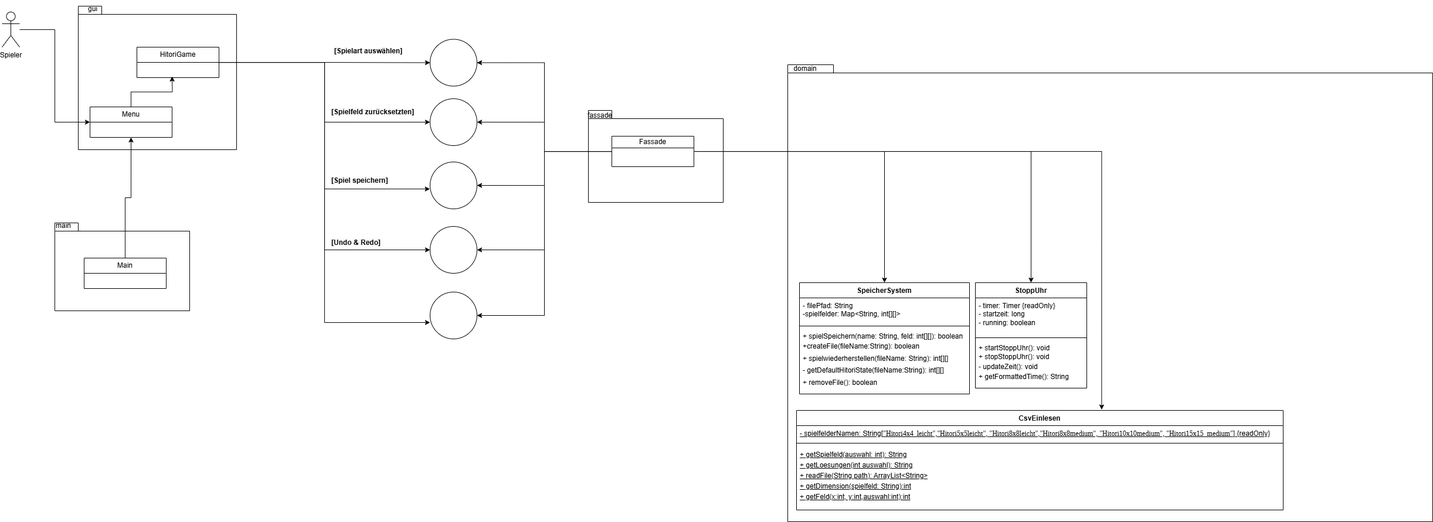
The draw.io diagram design/SystemUmldiagram.drawio.png in ObaiAlbek/MyHitori-Spiel, before a commit. Source tidied: cells renumbered, new cells last; positions are measured from the earlier drawing's top-left corner, leaving out a move shared by most shapes.
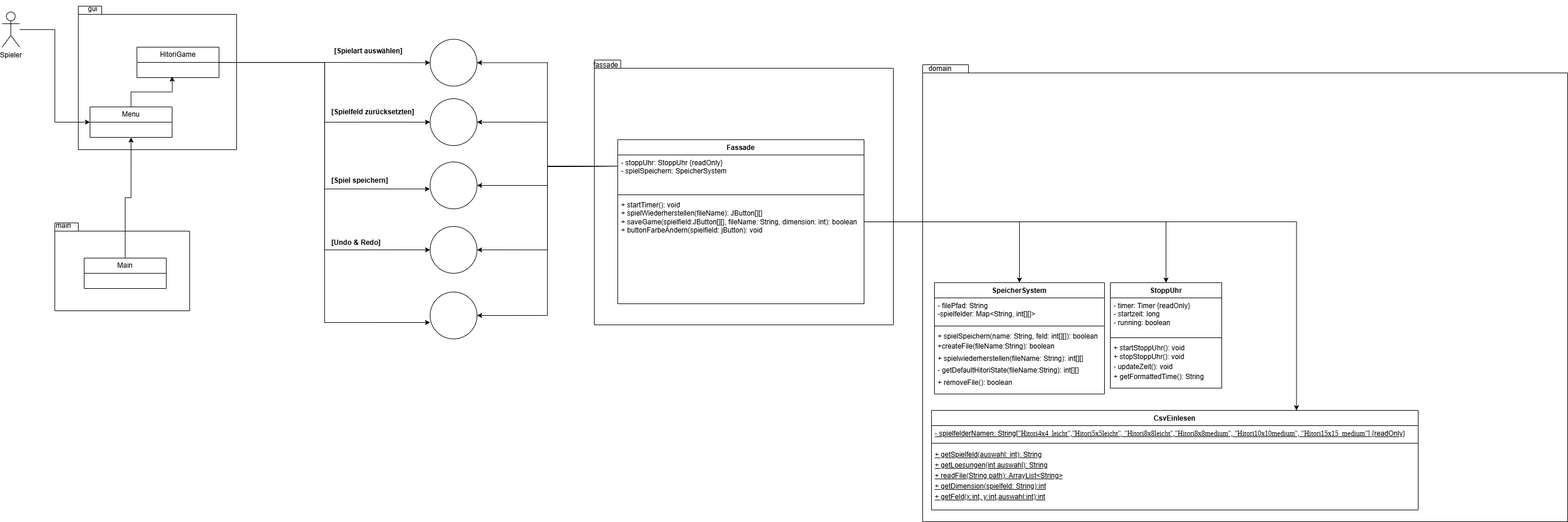
The same diagram one commit later.

The edit, as a diff of the source:
```diff
@@ -39,10 +39,10 @@
       <mxGeometry x="70" y="370" width="70" height="30" as="geometry" />
     </mxCell>
     <mxCell id="14" style="shape=folder;fontStyle=1;spacingTop=10;tabWidth=40;tabHeight=14;tabPosition=left;html=1;whiteSpace=wrap;" parent="1" vertex="1">
-      <mxGeometry x="1340" y="110" width="1100" height="780" as="geometry" />
+      <mxGeometry x="1570" y="110" width="1100" height="780" as="geometry" />
     </mxCell>
     <mxCell id="15" value="domain" style="text;html=1;align=center;verticalAlign=middle;whiteSpace=wrap;rounded=0;" parent="1" vertex="1">
-      <mxGeometry x="1340" y="102" width="60" height="30" as="geometry" />
+      <mxGeometry x="1570" y="102" width="60" height="30" as="geometry" />
     </mxCell>
     <mxCell id="16" style="ellipse;whiteSpace=wrap;html=1;" parent="1" vertex="1">
       <mxGeometry x="730" y="66.5" width="80" height="80" as="geometry" />
@@ -68,35 +68,36 @@
       <mxGeometry x="150" y="182" width="140" height="52" as="geometry" />
     </mxCell>
     <mxCell id="23" style="shape=folder;fontStyle=1;spacingTop=10;tabWidth=40;tabHeight=14;tabPosition=left;html=1;whiteSpace=wrap;" parent="1" vertex="1">
-      <mxGeometry x="1000" y="188" width="230" height="157" as="geometry" />
+      <mxGeometry x="1010" y="102" width="510" height="452" as="geometry" />
     </mxCell>
     <mxCell id="24" value="fassade" style="text;html=1;align=center;verticalAlign=middle;whiteSpace=wrap;rounded=0;" parent="1" vertex="1">
-      <mxGeometry x="990" y="182" width="60" height="30" as="geometry" />
+      <mxGeometry x="1000" y="96" width="60" height="30" as="geometry" />
     </mxCell>
-    <mxCell id="25" style="edgeStyle=orthogonalEdgeStyle;rounded=0;jettySize=auto;html=1;entryX=1;entryY=0.5;entryDx=0;entryDy=0;" parent="1" edge="1" source="32" target="16">
-      <mxGeometry relative="1" as="geometry" />
+    <mxCell id="25" style="edgeStyle=orthogonalEdgeStyle;rounded=0;jettySize=auto;html=1;entryX=1;entryY=0.5;entryDx=0;entryDy=0;" parent="1" edge="1" target="16">
+      <mxGeometry relative="1" as="geometry">
+        <mxPoint x="1050" y="283" as="sourcePoint" />
+      </mxGeometry>
     </mxCell>
-    <mxCell id="26" style="edgeStyle=orthogonalEdgeStyle;rounded=0;jettySize=auto;html=1;entryX=1;entryY=0.5;entryDx=0;entryDy=0;" parent="1" edge="1" source="32" target="17">
-      <mxGeometry relative="1" as="geometry" />
+    <mxCell id="26" style="edgeStyle=orthogonalEdgeStyle;rounded=0;jettySize=auto;html=1;entryX=1;entryY=0.5;entryDx=0;entryDy=0;" parent="1" edge="1" target="17">
+      <mxGeometry relative="1" as="geometry">
+        <mxPoint x="1050" y="283" as="sourcePoint" />
+      </mxGeometry>
     </mxCell>
-    <mxCell id="27" style="edgeStyle=orthogonalEdgeStyle;rounded=0;jettySize=auto;html=1;entryX=1;entryY=0.5;entryDx=0;entryDy=0;" parent="1" edge="1" source="32" target="18">
-      <mxGeometry relative="1" as="geometry" />
+    <mxCell id="27" style="edgeStyle=orthogonalEdgeStyle;rounded=0;jettySize=auto;html=1;entryX=1;entryY=0.5;entryDx=0;entryDy=0;" parent="1" edge="1" target="18">
+      <mxGeometry relative="1" as="geometry">
+        <mxPoint x="1050" y="283" as="sourcePoint" />
+      </mxGeometry>
     </mxCell>
-    <mxCell id="28" style="edgeStyle=orthogonalEdgeStyle;rounded=0;jettySize=auto;html=1;entryX=1;entryY=0.5;entryDx=0;entryDy=0;" parent="1" edge="1" source="32" target="19">
-      <mxGeometry relative="1" as="geometry" />
+    <mxCell id="28" style="edgeStyle=orthogonalEdgeStyle;rounded=0;jettySize=auto;html=1;entryX=1;entryY=0.5;entryDx=0;entryDy=0;" parent="1" edge="1" target="19">
+      <mxGeometry relative="1" as="geometry">
+        <mxPoint x="1050" y="283" as="sourcePoint" />
+      </mxGeometry>
     </mxCell>
-    <mxCell id="29" style="edgeStyle=orthogonalEdgeStyle;rounded=0;jettySize=auto;html=1;entryX=1;entryY=0.5;entryDx=0;entryDy=0;" parent="1" edge="1" source="32" target="20">
-      <mxGeometry relative="1" as="geometry" />
+    <mxCell id="29" style="edgeStyle=orthogonalEdgeStyle;rounded=0;jettySize=auto;html=1;entryX=1;entryY=0.5;entryDx=0;entryDy=0;" parent="1" edge="1" target="20">
+      <mxGeometry relative="1" as="geometry">
+        <mxPoint x="1050" y="283" as="sourcePoint" />
+      </mxGeometry>
     </mxCell>
-    <mxCell id="30" style="edgeStyle=orthogonalEdgeStyle;rounded=0;jettySize=auto;html=1;entryX=0.5;entryY=0;entryDx=0;entryDy=0;" parent="1" edge="1" source="32" target="43">
-      <mxGeometry relative="1" as="geometry" />
-    </mxCell>
-    <mxCell id="31" style="edgeStyle=orthogonalEdgeStyle;rounded=0;jettySize=auto;html=1;entryX=0.5;entryY=0;entryDx=0;entryDy=0;" parent="1" edge="1" source="32" target="39">
-      <mxGeometry relative="1" as="geometry" />
-    </mxCell>
-    <mxCell id="32" value="Fassade" style="swimlane;fontStyle=0;horizontal=1;startSize=20;fillColor=none;whiteSpace=wrap;html=1;" parent="1" vertex="1">
-      <mxGeometry x="1040" y="232" width="140" height="52" as="geometry" />
-    </mxCell>
     <mxCell id="33" style="edgeStyle=orthogonalEdgeStyle;rounded=0;jettySize=auto;html=1;entryX=-0.004;entryY=0.576;entryDx=0;entryDy=0;entryPerimeter=0;" parent="1" edge="1" source="10" target="18">
       <mxGeometry relative="1" as="geometry" />
     </mxCell>
@@ -104,7 +105,7 @@
       <mxGeometry relative="1" as="geometry" />
     </mxCell>
     <mxCell id="35" value="CsvEinlesen" style="swimlane;fontStyle=1;align=center;verticalAlign=top;horizontal=1;startSize=26;whiteSpace=wrap;html=1;" parent="1" vertex="1">
-      <mxGeometry x="1355" y="700" width="830" height="170" as="geometry" />
+      <mxGeometry x="1585" y="700" width="830" height="170" as="geometry" />
     </mxCell>
     <mxCell id="36" value="&lt;u&gt;- spielfelderNamen: String[&lt;font style=&quot;&quot;&gt;&lt;font style=&quot;&quot;&gt;&lt;strong style=&quot;text-wrap-mode: nowrap; background-color: initial;&quot;&gt;&lt;font style=&quot;&quot; color=&quot;#000000&quot;&gt;&lt;font style=&quot;&quot; face=&quot;Liberation Serif, serif&quot;&gt;&lt;font style=&quot;&quot;&gt;&lt;span style=&quot;font-weight: normal; line-height: 6px;&quot;&gt;&quot;Hitori4x4_leicht&quot;,&quot;&lt;/span&gt;&lt;/font&gt;&lt;/font&gt;&lt;/font&gt;&lt;/strong&gt;&lt;strong style=&quot;text-wrap-mode: nowrap; background-color: initial;&quot;&gt;&lt;font color=&quot;#000000&quot;&gt;&lt;font face=&quot;Liberation Serif, serif&quot;&gt;&lt;span style=&quot;font-weight: normal; line-height: 6px;&quot;&gt;Hitori5x5leicht&quot;, &quot;Hitori8x8leicht&quot;,&lt;/span&gt;&lt;/font&gt;&lt;/font&gt;&lt;/strong&gt;&lt;strong style=&quot;text-wrap-mode: nowrap; background-color: initial;&quot;&gt;&lt;font color=&quot;#000000&quot;&gt;&lt;font face=&quot;Liberation Serif, serif&quot;&gt;&lt;span style=&quot;font-weight: normal; line-height: 6px;&quot;&gt;&quot;Hitori8x8medium&quot;, &quot;Hitori10x10medium&quot;,&amp;nbsp;&lt;/span&gt;&lt;/font&gt;&lt;/font&gt;&lt;/strong&gt;&lt;/font&gt;&lt;strong style=&quot;text-wrap-mode: nowrap; background-color: initial;&quot;&gt;&lt;font style=&quot;&quot;&gt;&lt;font style=&quot;&quot; color=&quot;#000000&quot;&gt;&lt;font style=&quot;&quot; face=&quot;Liberation Serif, serif&quot;&gt;&lt;strong style=&quot;background-color: initial; font-family: Helvetica;&quot;&gt;&lt;font style=&quot;&quot; color=&quot;#000000&quot;&gt;&lt;font style=&quot;&quot; face=&quot;Liberation Serif, serif&quot;&gt;&lt;span style=&quot;font-weight: normal; line-height: 6px;&quot;&gt;&lt;font style=&quot;&quot;&gt;&quot;Hitori15x15_medium&lt;/font&gt;&quot;&lt;/span&gt;&lt;/font&gt;&lt;/font&gt;&lt;/strong&gt;&lt;/font&gt;&lt;/font&gt;&lt;/font&gt;&lt;/strong&gt;&lt;/font&gt;&lt;font style=&quot;&quot;&gt;]&lt;/font&gt; {readOnly}&lt;/u&gt;" style="text;strokeColor=none;fillColor=none;align=left;verticalAlign=top;spacingLeft=4;spacingRight=4;overflow=hidden;whiteSpace=wrap;html=1;" parent="35" vertex="1">
       <mxGeometry y="26" width="830" height="26" as="geometry" />
@@ -116,7 +117,7 @@
       <mxGeometry y="60" width="830" height="110" as="geometry" />
     </mxCell>
     <mxCell id="39" value="SpeicherSystem" style="swimlane;fontStyle=1;align=center;verticalAlign=top;horizontal=1;startSize=26;whiteSpace=wrap;html=1;" parent="1" vertex="1">
-      <mxGeometry x="1360" y="482" width="290" height="190" as="geometry" />
+      <mxGeometry x="1590" y="482" width="290" height="190" as="geometry" />
     </mxCell>
     <mxCell id="40" value="- filePfad: String&lt;div&gt;-spielfelder: Map&amp;lt;String, int[][]&amp;gt;&lt;/div&gt;" style="text;strokeColor=none;fillColor=none;align=left;verticalAlign=top;spacingLeft=4;spacingRight=4;overflow=hidden;whiteSpace=wrap;html=1;" parent="39" vertex="1">
       <mxGeometry y="26" width="290" height="44" as="geometry" />
@@ -128,7 +129,7 @@
       <mxGeometry y="78" width="290" height="112" as="geometry" />
     </mxCell>
     <mxCell id="43" value="StoppUhr" style="swimlane;fontStyle=1;align=center;verticalAlign=top;horizontal=1;startSize=26;whiteSpace=wrap;html=1;" parent="1" vertex="1">
-      <mxGeometry x="1660" y="482" width="190" height="180" as="geometry" />
+      <mxGeometry x="1890" y="482" width="190" height="180" as="geometry" />
     </mxCell>
     <mxCell id="44" value="- timer: Timer {readOnly}&lt;div&gt;- startzeit: long&lt;/div&gt;&lt;div&gt;- running: boolean&lt;/div&gt;" style="text;strokeColor=none;fillColor=none;align=left;verticalAlign=top;spacingLeft=4;spacingRight=4;overflow=hidden;whiteSpace=wrap;html=1;" parent="43" vertex="1">
       <mxGeometry y="26" width="190" height="64" as="geometry" />
@@ -139,9 +140,6 @@
     <mxCell id="46" value="+ startStoppUhr(): void&lt;div style=&quot;line-height: 140%;&quot;&gt;+ stopStoppUhr(): void&lt;br&gt;&lt;div&gt;- updateZeit(): void&lt;/div&gt;&lt;/div&gt;&lt;div style=&quot;line-height: 140%;&quot;&gt;+ getFormattedTime(): String&lt;/div&gt;&lt;div&gt;&lt;br&gt;&lt;/div&gt;" style="text;strokeColor=none;fillColor=none;align=left;verticalAlign=top;spacingLeft=4;spacingRight=4;overflow=hidden;whiteSpace=wrap;html=1;" parent="43" vertex="1">
       <mxGeometry y="98" width="190" height="82" as="geometry" />
     </mxCell>
-    <mxCell id="47" style="edgeStyle=orthogonalEdgeStyle;rounded=0;jettySize=auto;html=1;entryX=0.627;entryY=-0.008;entryDx=0;entryDy=0;entryPerimeter=0;" parent="1" edge="1" source="32" target="35">
-      <mxGeometry relative="1" as="geometry" />
-    </mxCell>
     <mxCell id="48" value="&lt;b&gt;[Spielart auswählen]&lt;/b&gt;" style="text;html=1;align=center;verticalAlign=middle;whiteSpace=wrap;rounded=0;" parent="1" vertex="1">
       <mxGeometry x="560" y="72" width="130" height="30" as="geometry" />
     </mxCell>
@@ -154,5 +152,26 @@
     <mxCell id="51" value="&lt;b style=&quot;forced-color-adjust: none; color: rgb(0, 0, 0); font-family: Helvetica; font-size: 12px; font-style: normal; font-variant-ligatures: normal; font-variant-caps: normal; letter-spacing: normal; orphans: 2; text-align: center; text-indent: 0px; text-transform: none; widows: 2; word-spacing: 0px; -webkit-text-stroke-width: 0px; white-space: normal; background-color: rgb(251, 251, 251); text-decoration-thickness: initial; text-decoration-style: initial; text-decoration-color: initial;&quot;&gt;[Undo &amp;amp; Redo]&lt;/b&gt;" style="text;whiteSpace=wrap;html=1;" parent="1" vertex="1">
       <mxGeometry x="560" y="400" width="150" height="40" as="geometry" />
     </mxCell>
+    <mxCell id="31" style="edgeStyle=orthogonalEdgeStyle;rounded=0;jettySize=auto;html=1;entryX=0.5;entryY=0;entryDx=0;entryDy=0;" parent="1" edge="1" source="32" target="39">
+      <mxGeometry relative="1" as="geometry" />
+    </mxCell>
+    <mxCell id="30" style="edgeStyle=orthogonalEdgeStyle;rounded=0;jettySize=auto;html=1;entryX=0.5;entryY=0;entryDx=0;entryDy=0;" parent="1" edge="1" source="32" target="43">
+      <mxGeometry relative="1" as="geometry" />
+    </mxCell>
+    <mxCell id="47" style="edgeStyle=orthogonalEdgeStyle;rounded=0;jettySize=auto;html=1;entryX=0.75;entryY=0;entryDx=0;entryDy=0;" parent="1" edge="1" source="32" target="35">
+      <mxGeometry relative="1" as="geometry" />
+    </mxCell>
+    <mxCell id="32" value="Fassade" style="swimlane;fontStyle=1;align=center;verticalAlign=top;horizontal=1;startSize=26;whiteSpace=wrap;html=1;" parent="1" vertex="1">
+      <mxGeometry x="1050" y="238" width="420" height="280" as="geometry" />
+    </mxCell>
+    <mxCell id="52" value="- stoppUhr: StoppUhr {readOnly}&lt;div&gt;- spielSpeichern: SpeicherSystem&lt;/div&gt;" style="text;strokeColor=none;fillColor=none;align=left;verticalAlign=top;spacingLeft=4;spacingRight=4;overflow=hidden;whiteSpace=wrap;html=1;" parent="32" vertex="1">
+      <mxGeometry y="26" width="420" height="64" as="geometry" />
+    </mxCell>
+    <mxCell id="53" style="line;strokeWidth=1;fillColor=none;align=left;verticalAlign=middle;spacingTop=-1;spacingLeft=3;spacingRight=3;labelPosition=right;strokeColor=inherit;" parent="32" vertex="1">
+      <mxGeometry y="90" width="420" height="8" as="geometry" />
+    </mxCell>
+    <mxCell id="54" value="+ startTimer(): void&lt;div&gt;+ spielWiederherstellen(fileName): JButton[][]&lt;/div&gt;&lt;div&gt;+ saveGame(spielfield:JButton[][], fileName: String, dimension: int): boolean&lt;/div&gt;&lt;div&gt;+ buttonFarbeÄndern(spielfield: jButton): void&lt;/div&gt;&lt;div&gt;&lt;br&gt;&lt;/div&gt;" style="text;strokeColor=none;fillColor=none;align=left;verticalAlign=top;spacingLeft=4;spacingRight=4;overflow=hidden;whiteSpace=wrap;html=1;" parent="32" vertex="1">
+      <mxGeometry y="98" width="420" height="182" as="geometry" />
+    </mxCell>
   </root>
 </mxGraphModel>
```
